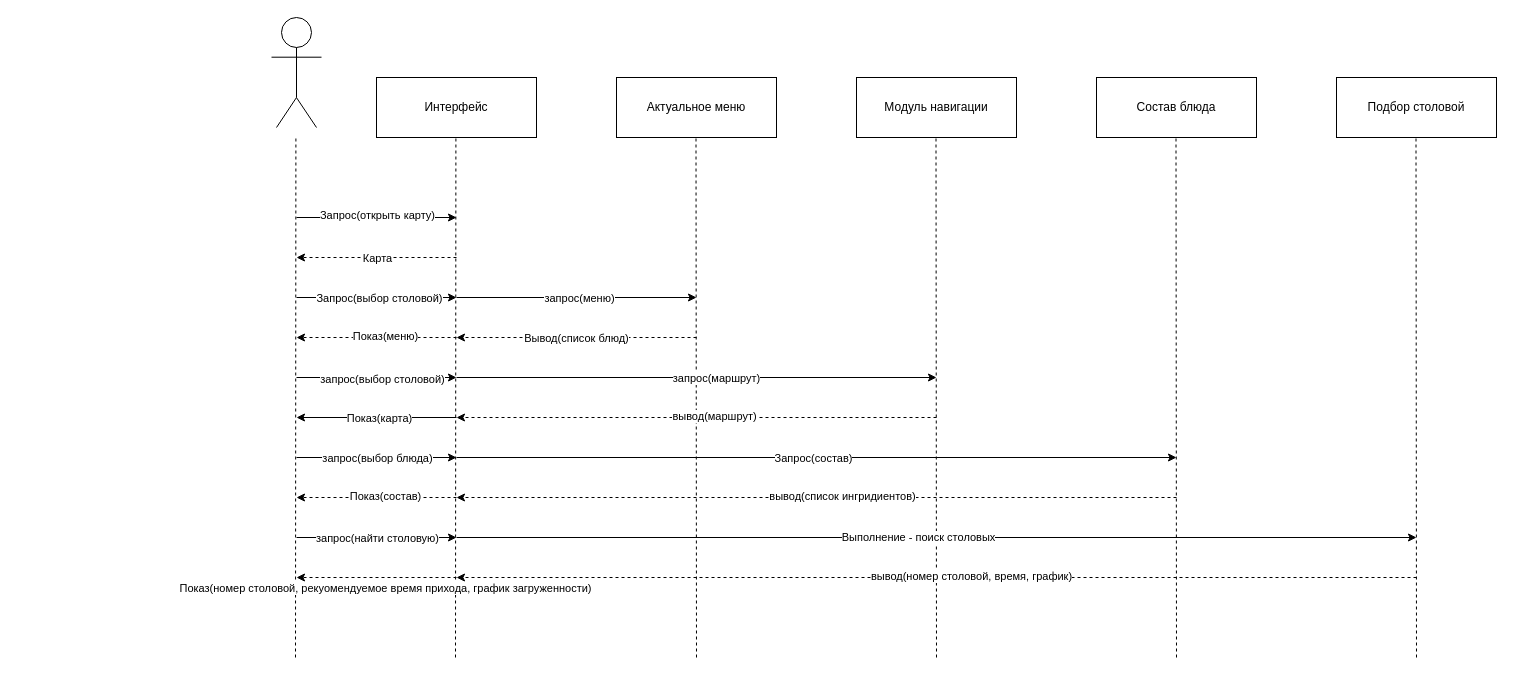
Earlier version of the draw.io diagram Diagramm/Диаграмма последовательностей состояний.drawio (Calibri75/PIT). Source tidied: cells renumbered, new cells numbered last; positions are measured from the earlier drawing's top-left corner, leaving out a move shared by most shapes. Both pictures are drawn from the tidied source at 100%, with x=0, y=0 at pixel (271, 17).
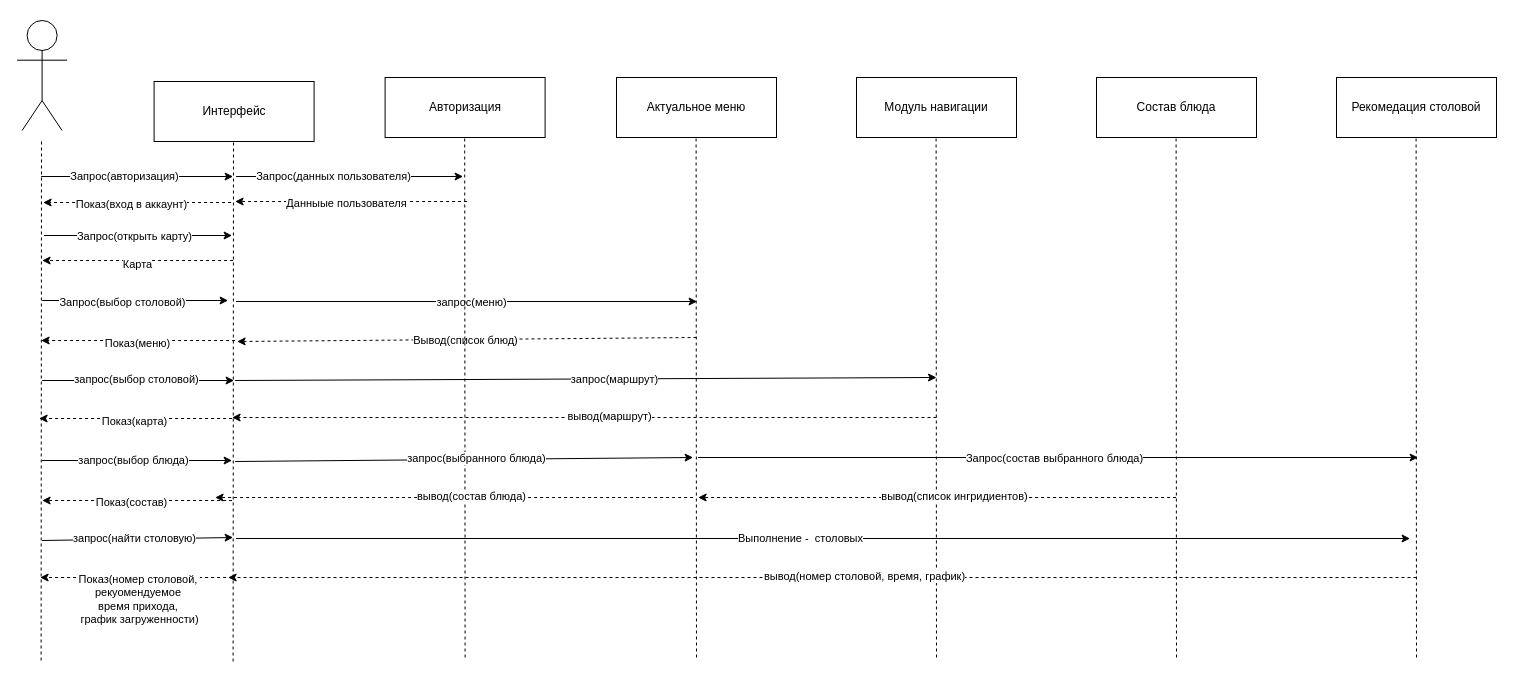
The same diagram, later.

Change to the diagram source:
```diff
@@
     <mxCell id="2" value="Интерфейс" style="rounded=0;whiteSpace=wrap;html=1;" parent="1" vertex="1">
-      <mxGeometry x="105" y="60" width="160" height="60" as="geometry" />
+      <mxGeometry x="-117.4" y="64" width="160" height="60" as="geometry" />
     </mxCell>
     <mxCell id="3" style="ellipse;whiteSpace=wrap;html=1;" parent="1" vertex="1">
-      <mxGeometry x="10" width="30" height="30" as="geometry" />
+      <mxGeometry x="-244.4" y="3" width="30" height="30" as="geometry" />
     </mxCell>
     <mxCell id="4" style="endArrow=none;html=1;rounded=0;" parent="1" edge="1">
       <mxGeometry relative="1" as="geometry">
-        <mxPoint x="25" y="80" as="sourcePoint" />
-        <mxPoint x="25" y="30" as="targetPoint" />
+        <mxPoint x="-229.4" y="83" as="sourcePoint" />
+        <mxPoint x="-229.4" y="33" as="targetPoint" />
       </mxGeometry>
     </mxCell>
     <mxCell id="5" style="endArrow=none;html=1;rounded=0;" parent="1" edge="1">
       <mxGeometry relative="1" as="geometry">
-        <mxPoint y="39.7" as="sourcePoint" />
-        <mxPoint x="50" y="39.7" as="targetPoint" />
+        <mxPoint x="-254.4" y="42.7" as="sourcePoint" />
+        <mxPoint x="-204.4" y="42.7" as="targetPoint" />
       </mxGeometry>
     </mxCell>
     <mxCell id="6" style="endArrow=none;html=1;rounded=0;" parent="1" edge="1">
       <mxGeometry relative="1" as="geometry">
-        <mxPoint x="5" y="110" as="sourcePoint" />
-        <mxPoint x="25" y="80" as="targetPoint" />
+        <mxPoint x="-249.4" y="113" as="sourcePoint" />
+        <mxPoint x="-229.4" y="83" as="targetPoint" />
       </mxGeometry>
     </mxCell>
     <mxCell id="7" style="endArrow=none;html=1;rounded=0;" parent="1" edge="1">
       <mxGeometry relative="1" as="geometry">
-        <mxPoint x="45" y="110" as="sourcePoint" />
-        <mxPoint x="24.9" y="80" as="targetPoint" />
+        <mxPoint x="-209.4" y="113" as="sourcePoint" />
+        <mxPoint x="-229.5" y="83" as="targetPoint" />
       </mxGeometry>
     </mxCell>
@@
     <mxCell id="9" style="endArrow=none;dashed=1;html=1;rounded=0;" parent="1" edge="1">
       <mxGeometry relative="1" as="geometry">
-        <mxPoint x="24" y="640" as="sourcePoint" />
-        <mxPoint x="24.4" y="120" as="targetPoint" />
+        <mxPoint x="-230.4" y="643" as="sourcePoint" />
+        <mxPoint x="-230" y="123" as="targetPoint" />
       </mxGeometry>
     </mxCell>
     <mxCell id="10" style="endArrow=none;dashed=1;html=1;rounded=0;" parent="1" edge="1">
       <mxGeometry relative="1" as="geometry">
-        <mxPoint x="184" y="640" as="sourcePoint" />
-        <mxPoint x="184.4" y="120" as="targetPoint" />
+        <mxPoint x="-38.4" y="644" as="sourcePoint" />
+        <mxPoint x="-38" y="124" as="targetPoint" />
       </mxGeometry>
     </mxCell>
     <mxCell id="11" style="endArrow=none;dashed=1;html=1;rounded=0;" parent="1" edge="1">
       <mxGeometry relative="1" as="geometry">
         <mxPoint x="425" y="640" as="sourcePoint" />
-        <mxPoint x="424.5" y="120" as="targetPoint" />
+        <mxPoint x="424.6" y="120" as="targetPoint" />
       </mxGeometry>
     </mxCell>
@@
     <mxCell id="13" style="endArrow=none;dashed=1;html=1;rounded=0;" parent="1" edge="1">
       <mxGeometry relative="1" as="geometry">
         <mxPoint x="665" y="640" as="sourcePoint" />
-        <mxPoint x="664.5" y="120" as="targetPoint" />
+        <mxPoint x="664.6" y="120" as="targetPoint" />
       </mxGeometry>
     </mxCell>
     <mxCell id="14" style="endArrow=classic;html=1;rounded=0;" parent="1" edge="1">
       <mxGeometry relative="1" as="geometry">
-        <mxPoint x="25" y="200" as="sourcePoint" />
-        <mxPoint x="185" y="200" as="targetPoint" />
+        <mxPoint x="-227.4" y="218" as="sourcePoint" />
+        <mxPoint x="-39.4" y="218" as="targetPoint" />
       </mxGeometry>
     </mxCell>
     <mxCell id="15" value="Запрос(открыть карту)" style="edgeLabel;html=1;align=center;verticalAlign=middle;" parent="14" vertex="1">
       <mxGeometry x="-0.2" y="3" relative="1" as="geometry">
-        <mxPoint x="16" as="offset" />
+        <mxPoint x="15" y="3" as="offset" />
       </mxGeometry>
     </mxCell>
     <mxCell id="16" style="endArrow=classic;html=1;rounded=0;dashed=1;shadow=0;align=center;fontFamily=Helvetica;" parent="1" edge="1">
       <mxGeometry relative="1" as="geometry">
-        <mxPoint x="185" y="240" as="sourcePoint" />
-        <mxPoint x="25" y="240" as="targetPoint" />
+        <mxPoint x="-38.4" y="243" as="sourcePoint" />
+        <mxPoint x="-229.4" y="243" as="targetPoint" />
       </mxGeometry>
     </mxCell>
     <mxCell id="17" value="Карта" style="edgeLabel;html=1;align=center;verticalAlign=middle;" parent="16" vertex="1">
       <mxGeometry x="-0.04" y="-3" relative="1" as="geometry">
-        <mxPoint x="-3" y="3" as="offset" />
+        <mxPoint x="-4" y="6" as="offset" />
       </mxGeometry>
     </mxCell>
@@
     <mxCell id="19" style="endArrow=none;dashed=1;html=1;rounded=0;" parent="1" edge="1">
       <mxGeometry relative="1" as="geometry">
         <mxPoint x="905" y="640" as="sourcePoint" />
-        <mxPoint x="904.5" y="120" as="targetPoint" />
+        <mxPoint x="904.6" y="120" as="targetPoint" />
       </mxGeometry>
     </mxCell>
     <mxCell id="20" style="endArrow=classic;html=1;rounded=0;" parent="1" edge="1">
       <mxGeometry relative="1" as="geometry">
-        <mxPoint x="25" y="280" as="sourcePoint" />
-        <mxPoint x="185" y="280" as="targetPoint" />
+        <mxPoint x="-229.4" y="283" as="sourcePoint" />
+        <mxPoint x="-43.4" y="283" as="targetPoint" />
       </mxGeometry>
     </mxCell>
     <mxCell id="21" value="Запрос(выбор столовой)" style="edgeLabel;html=1;align=center;verticalAlign=middle;" parent="20" vertex="1">
-      <mxGeometry x="0.03" relative="1" as="geometry" />
+      <mxGeometry x="0.03" relative="1" as="geometry">
+        <mxPoint x="-16" y="1" as="offset" />
+      </mxGeometry>
     </mxCell>
     <mxCell id="22" style="endArrow=classic;html=1;rounded=0;" parent="1" edge="1">
       <mxGeometry relative="1" as="geometry">
-        <mxPoint x="185" y="280" as="sourcePoint" />
-        <mxPoint x="425" y="280" as="targetPoint" />
+        <mxPoint x="-35.4" y="284" as="sourcePoint" />
+        <mxPoint x="425.6" y="284" as="targetPoint" />
       </mxGeometry>
     </mxCell>
@@
-    <mxCell id="24" value="Подбор столовой" style="rounded=0;whiteSpace=wrap;html=1;" parent="1" vertex="1">
+    <mxCell id="24" value="Рекомедация столовой" style="rounded=0;whiteSpace=wrap;html=1;" parent="1" vertex="1">
       <mxGeometry x="1065" y="60" width="160" height="60" as="geometry" />
     </mxCell>
     <mxCell id="25" style="endArrow=none;dashed=1;html=1;rounded=0;" parent="1" edge="1">
       <mxGeometry relative="1" as="geometry">
         <mxPoint x="1145" y="640" as="sourcePoint" />
-        <mxPoint x="1144.5" y="120" as="targetPoint" />
+        <mxPoint x="1144.6" y="120" as="targetPoint" />
       </mxGeometry>
     </mxCell>
     <mxCell id="26" style="endArrow=classic;html=1;rounded=0;dashed=1;" parent="1" edge="1">
       <mxGeometry relative="1" as="geometry">
         <mxPoint x="425" y="320" as="sourcePoint" />
-        <mxPoint x="185" y="320" as="targetPoint" />
+        <mxPoint x="-34.4" y="324" as="targetPoint" />
       </mxGeometry>
     </mxCell>
@@
     <mxCell id="28" style="endArrow=classic;html=1;rounded=0;dashed=1;" parent="1" edge="1">
       <mxGeometry relative="1" as="geometry">
-        <mxPoint x="185" y="320" as="sourcePoint" />
-        <mxPoint x="25" y="320" as="targetPoint" />
+        <mxPoint x="-36.4" y="323" as="sourcePoint" />
+        <mxPoint x="-230.4" y="323" as="targetPoint" />
       </mxGeometry>
     </mxCell>
     <mxCell id="29" value="Показ(меню)" style="edgeLabel;html=1;align=center;verticalAlign=middle;" parent="28" vertex="1">
-      <mxGeometry x="-0.1" y="-2" relative="1" as="geometry" />
+      <mxGeometry x="-0.1" y="-2" relative="1" as="geometry">
+        <mxPoint x="-11" y="4" as="offset" />
+      </mxGeometry>
     </mxCell>
     <mxCell id="30" style="endArrow=classic;html=1;rounded=0;" parent="1" edge="1">
       <mxGeometry relative="1" as="geometry">
-        <mxPoint x="25" y="360" as="sourcePoint" />
-        <mxPoint x="185" y="360" as="targetPoint" />
+        <mxPoint x="-229.4" y="363" as="sourcePoint" />
+        <mxPoint x="-37.4" y="363" as="targetPoint" />
       </mxGeometry>
     </mxCell>
     <mxCell id="31" value="запрос(выбор столовой)" style="edgeLabel;html=1;align=center;verticalAlign=middle;" parent="30" vertex="1">
-      <mxGeometry x="0.06" y="-1" relative="1" as="geometry" />
+      <mxGeometry x="0.06" y="-1" relative="1" as="geometry">
+        <mxPoint x="-8" y="-3" as="offset" />
+      </mxGeometry>
     </mxCell>
     <mxCell id="32" style="endArrow=classic;html=1;rounded=0;" parent="1" edge="1">
       <mxGeometry relative="1" as="geometry">
-        <mxPoint x="185" y="360" as="sourcePoint" />
+        <mxPoint x="-36.4" y="363" as="sourcePoint" />
         <mxPoint x="665" y="360" as="targetPoint" />
       </mxGeometry>
     </mxCell>
@@
     <mxCell id="34" style="endArrow=classic;html=1;rounded=0;dashed=1;" parent="1" edge="1">
       <mxGeometry relative="1" as="geometry">
         <mxPoint x="665" y="400" as="sourcePoint" />
-        <mxPoint x="185" y="400" as="targetPoint" />
+        <mxPoint x="-39.4" y="400" as="targetPoint" />
       </mxGeometry>
     </mxCell>
@@
-    <mxCell id="36" style="endArrow=classic;html=1;rounded=0;" parent="1" edge="1">
-      <mxGeometry relative="1" as="geometry">
-        <mxPoint x="185" y="400" as="sourcePoint" />
-        <mxPoint x="25" y="400" as="targetPoint" />
-      </mxGeometry>
-    </mxCell>
-    <mxCell id="37" value="Показ(карта)" style="edgeLabel;html=1;align=center;verticalAlign=middle;" parent="36" vertex="1">
-      <mxGeometry x="-0.03" relative="1" as="geometry" />
-    </mxCell>
     <mxCell id="38" style="endArrow=classic;html=1;rounded=0;" parent="1" edge="1">
       <mxGeometry relative="1" as="geometry">
-        <mxPoint x="25" y="440" as="sourcePoint" />
-        <mxPoint x="185" y="440" as="targetPoint" />
+        <mxPoint x="-229.4" y="443" as="sourcePoint" />
+        <mxPoint x="-39.4" y="443" as="targetPoint" />
       </mxGeometry>
     </mxCell>
     <mxCell id="39" value="запрос(выбор блюда)" style="edgeLabel;html=1;align=center;verticalAlign=middle;" parent="38" vertex="1">
       <mxGeometry x="0.12" y="-2" relative="1" as="geometry">
-        <mxPoint x="-10" y="-2" as="offset" />
+        <mxPoint x="-15" y="-3" as="offset" />
       </mxGeometry>
     </mxCell>
     <mxCell id="40" style="endArrow=classic;html=1;rounded=0;" parent="1" edge="1">
       <mxGeometry relative="1" as="geometry">
-        <mxPoint x="185" y="440" as="sourcePoint" />
-        <mxPoint x="905" y="440" as="targetPoint" />
+        <mxPoint x="426.6" y="440" as="sourcePoint" />
+        <mxPoint x="1146.6" y="440" as="targetPoint" />
       </mxGeometry>
     </mxCell>
-    <mxCell id="41" value="Запрос(состав)" style="edgeLabel;html=1;align=center;verticalAlign=middle;" parent="40" vertex="1">
+    <mxCell id="41" value="Запрос(состав выбранного блюда)" style="edgeLabel;html=1;align=center;verticalAlign=middle;" parent="40" vertex="1">
       <mxGeometry x="-0.01" y="4" relative="1" as="geometry">
         <mxPoint y="4" as="offset" />
       </mxGeometry>
     </mxCell>
     <mxCell id="42" style="endArrow=classic;html=1;rounded=0;dashed=1;" parent="1" edge="1">
       <mxGeometry relative="1" as="geometry">
-        <mxPoint x="905" y="480" as="sourcePoint" />
-        <mxPoint x="185" y="480" as="targetPoint" />
+        <mxPoint x="904.6" y="480" as="sourcePoint" />
+        <mxPoint x="426.6" y="480" as="targetPoint" />
       </mxGeometry>
     </mxCell>
@@
     <mxCell id="44" style="endArrow=classic;html=1;rounded=0;dashed=1;" parent="1" edge="1">
       <mxGeometry relative="1" as="geometry">
-        <mxPoint x="185" y="480" as="sourcePoint" />
-        <mxPoint x="25" y="480" as="targetPoint" />
+        <mxPoint x="-39.4" y="483" as="sourcePoint" />
+        <mxPoint x="-229.4" y="483" as="targetPoint" />
       </mxGeometry>
     </mxCell>
     <mxCell id="45" value="Показ(состав)" style="edgeLabel;html=1;align=center;verticalAlign=middle;" parent="44" vertex="1">
-      <mxGeometry x="-0.1" y="-2" relative="1" as="geometry" />
+      <mxGeometry x="-0.1" y="-2" relative="1" as="geometry">
+        <mxPoint x="-15" y="3" as="offset" />
+      </mxGeometry>
     </mxCell>
     <mxCell id="46" style="endArrow=classic;html=1;rounded=0;" parent="1" edge="1">
       <mxGeometry relative="1" as="geometry">
-        <mxPoint x="25" y="520" as="sourcePoint" />
-        <mxPoint x="185" y="520" as="targetPoint" />
+        <mxPoint x="-229.4" y="523" as="sourcePoint" />
+        <mxPoint x="-38.4" y="520" as="targetPoint" />
       </mxGeometry>
     </mxCell>
     <mxCell id="47" value="запрос(найти столовую)" style="edgeLabel;html=1;align=center;verticalAlign=middle;" parent="46" vertex="1">
       <mxGeometry x="0.12" y="-2" relative="1" as="geometry">
-        <mxPoint x="-10" y="-2" as="offset" />
+        <mxPoint x="-15" y="-3" as="offset" />
       </mxGeometry>
     </mxCell>
     <mxCell id="48" style="endArrow=classic;html=1;rounded=0;" parent="1" edge="1">
       <mxGeometry relative="1" as="geometry">
-        <mxPoint x="185" y="520" as="sourcePoint" />
-        <mxPoint x="1145" y="520" as="targetPoint" />
+        <mxPoint x="-35.4" y="521" as="sourcePoint" />
+        <mxPoint x="1138.6" y="521" as="targetPoint" />
       </mxGeometry>
     </mxCell>
-    <mxCell id="49" value="Выполнение - поиск столовых" style="edgeLabel;html=1;align=center;verticalAlign=middle;" parent="48" vertex="1">
+    <mxCell id="49" value="Выполнение -&amp;nbsp; столовых" style="edgeLabel;html=1;align=center;verticalAlign=middle;" parent="48" vertex="1">
       <mxGeometry x="-0.04" y="1" relative="1" as="geometry" />
     </mxCell>
     <mxCell id="50" style="endArrow=classic;html=1;rounded=0;dashed=1;" parent="1" edge="1">
       <mxGeometry relative="1" as="geometry">
         <mxPoint x="1145" y="560" as="sourcePoint" />
-        <mxPoint x="185" y="560" as="targetPoint" />
+        <mxPoint x="-43.4" y="560" as="targetPoint" />
       </mxGeometry>
     </mxCell>
@@
     <mxCell id="52" style="endArrow=classic;html=1;rounded=0;dashed=1;" parent="1" edge="1">
       <mxGeometry relative="1" as="geometry">
-        <mxPoint x="185" y="560" as="sourcePoint" />
-        <mxPoint x="25" y="560" as="targetPoint" />
+        <mxPoint x="-39.4" y="560" as="sourcePoint" />
+        <mxPoint x="-231.4" y="560" as="targetPoint" />
       </mxGeometry>
     </mxCell>
-    <mxCell id="53" value="Показ(номер столовой, рекуомендуемое время прихода, график загруженности)" style="edgeLabel;html=1;align=center;verticalAlign=middle;" parent="52" vertex="1">
+    <mxCell id="53" value="Показ&lt;span style=&quot;background-color: light-dark(#ffffff, var(--ge-dark-color, #121212)); color: light-dark(rgb(0, 0, 0), rgb(255, 255, 255));&quot;&gt;(&lt;/span&gt;&lt;span style=&quot;color: light-dark(rgb(0, 0, 0), rgb(255, 255, 255)); background-color: light-dark(#ffffff, var(--ge-dark-color, #121212));&quot;&gt;номер столовой,&amp;nbsp;&lt;/span&gt;&lt;div&gt;&lt;div&gt;&lt;div&gt;рекуомендуемое&amp;nbsp;&lt;/div&gt;&lt;div&gt;&lt;span style=&quot;background-color: light-dark(#ffffff, var(--ge-dark-color, #121212)); color: light-dark(rgb(0, 0, 0), rgb(255, 255, 255));&quot;&gt;время прихода,&amp;nbsp;&lt;/span&gt;&lt;div&gt;&lt;span style=&quot;background-color: light-dark(#ffffff, var(--ge-dark-color, #121212)); color: light-dark(rgb(0, 0, 0), rgb(255, 255, 255));&quot;&gt;график загруженности)&lt;/span&gt;&lt;/div&gt;&lt;/div&gt;&lt;/div&gt;&lt;/div&gt;" style="edgeLabel;html=1;align=center;verticalAlign=middle;" parent="52" vertex="1">
       <mxGeometry x="-0.1" y="-2" relative="1" as="geometry">
-        <mxPoint y="12" as="offset" />
+        <mxPoint x="-7" y="23" as="offset" />
       </mxGeometry>
     </mxCell>
+    <mxCell id="54" value="Авторизация" style="rounded=0;whiteSpace=wrap;html=1;" parent="1" vertex="1">
+      <mxGeometry x="113.6" y="60" width="160" height="60" as="geometry" />
+    </mxCell>
+    <mxCell id="55" style="endArrow=none;dashed=1;html=1;rounded=0;" parent="1" edge="1">
+      <mxGeometry relative="1" as="geometry">
+        <mxPoint x="193.6" y="640" as="sourcePoint" />
+        <mxPoint x="193.2" y="120" as="targetPoint" />
+      </mxGeometry>
+    </mxCell>
+    <mxCell id="56" style="endArrow=classic;html=1;rounded=0;" parent="1" edge="1">
+      <mxGeometry relative="1" as="geometry">
+        <mxPoint x="-230.4" y="159" as="sourcePoint" />
+        <mxPoint x="-38.4" y="159" as="targetPoint" />
+      </mxGeometry>
+    </mxCell>
+    <mxCell id="57" value="Запрос(авторизация)" style="edgeLabel;html=1;align=center;verticalAlign=middle;" parent="56" vertex="1">
+      <mxGeometry x="-0.2" y="3" relative="1" as="geometry">
+        <mxPoint x="6" y="2" as="offset" />
+      </mxGeometry>
+    </mxCell>
+    <mxCell id="58" style="endArrow=classic;html=1;rounded=0;" parent="1" edge="1">
+      <mxGeometry relative="1" as="geometry">
+        <mxPoint x="-35.4" y="159" as="sourcePoint" />
+        <mxPoint x="191.6" y="159" as="targetPoint" />
+      </mxGeometry>
+    </mxCell>
+    <mxCell id="59" value="Запрос(данных пользователя)" style="edgeLabel;html=1;align=center;verticalAlign=middle;" parent="58" vertex="1">
+      <mxGeometry x="-0.2" y="3" relative="1" as="geometry">
+        <mxPoint x="6" y="2" as="offset" />
+      </mxGeometry>
+    </mxCell>
+    <mxCell id="60" style="endArrow=classic;html=1;rounded=0;dashed=1;shadow=0;align=center;fontFamily=Helvetica;" parent="1" edge="1">
+      <mxGeometry relative="1" as="geometry">
+        <mxPoint x="195.6" y="184" as="sourcePoint" />
+        <mxPoint x="-36.4" y="184" as="targetPoint" />
+      </mxGeometry>
+    </mxCell>
+    <mxCell id="61" value="Данныые пользователя" style="edgeLabel;html=1;align=center;verticalAlign=middle;" parent="60" vertex="1">
+      <mxGeometry x="-0.04" y="-3" relative="1" as="geometry">
+        <mxPoint x="-10" y="4" as="offset" />
+      </mxGeometry>
+    </mxCell>
+    <mxCell id="62" style="endArrow=classic;html=1;rounded=0;dashed=1;shadow=0;align=center;fontFamily=Helvetica;" parent="1" edge="1">
+      <mxGeometry relative="1" as="geometry">
+        <mxPoint x="-40.4" y="185" as="sourcePoint" />
+        <mxPoint x="-228.4" y="185" as="targetPoint" />
+      </mxGeometry>
+    </mxCell>
+    <mxCell id="63" value="Показ(вход в аккаунт)" style="edgeLabel;html=1;align=center;verticalAlign=middle;" parent="62" vertex="1">
+      <mxGeometry x="-0.04" y="-3" relative="1" as="geometry">
+        <mxPoint x="-10" y="4" as="offset" />
+      </mxGeometry>
+    </mxCell>
+    <mxCell id="64" style="endArrow=classic;html=1;rounded=0;dashed=1;" parent="1" edge="1">
+      <mxGeometry relative="1" as="geometry">
+        <mxPoint x="-39.4" y="401" as="sourcePoint" />
+        <mxPoint x="-232.4" y="401" as="targetPoint" />
+      </mxGeometry>
+    </mxCell>
+    <mxCell id="37" value="Показ(карта)" style="edgeLabel;html=1;align=center;verticalAlign=middle;" parent="64" vertex="1">
+      <mxGeometry x="-0.1" y="-2" relative="1" as="geometry">
+        <mxPoint x="-11" y="4" as="offset" />
+      </mxGeometry>
+    </mxCell>
+    <mxCell id="65" style="endArrow=classic;html=1;rounded=0;" parent="1" edge="1">
+      <mxGeometry relative="1" as="geometry">
+        <mxPoint x="-36.4" y="444" as="sourcePoint" />
+        <mxPoint x="421.6" y="440" as="targetPoint" />
+      </mxGeometry>
+    </mxCell>
+    <mxCell id="66" value="запрос(выбранного блюда)" style="edgeLabel;html=1;align=center;verticalAlign=middle;" parent="65" vertex="1">
+      <mxGeometry x="0.12" y="-2" relative="1" as="geometry">
+        <mxPoint x="-15" y="-3" as="offset" />
+      </mxGeometry>
+    </mxCell>
+    <mxCell id="67" style="endArrow=classic;html=1;rounded=0;dashed=1;" parent="1" edge="1">
+      <mxGeometry relative="1" as="geometry">
+        <mxPoint x="421.6" y="480" as="sourcePoint" />
+        <mxPoint x="-56.4" y="480" as="targetPoint" />
+      </mxGeometry>
+    </mxCell>
+    <mxCell id="68" value="вывод(состав блюда)" style="edgeLabel;html=1;align=center;verticalAlign=middle;" parent="67" vertex="1">
+      <mxGeometry x="-0.07" y="-2" relative="1" as="geometry" />
+    </mxCell>
```
